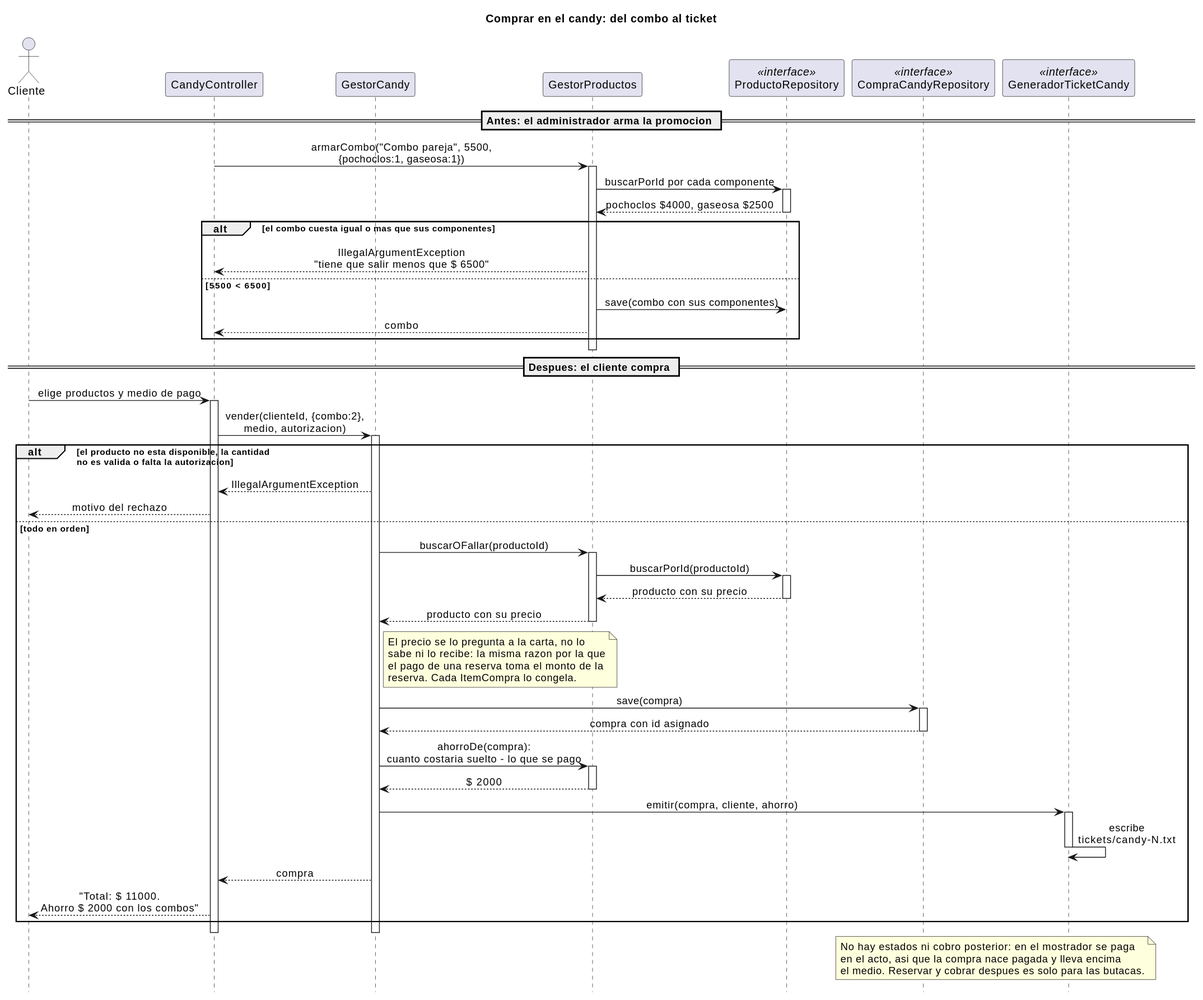
andreiveisuade/cine-uade keeps this PlantUML diagram as _other/docs/diagramas/secuencia-candy.svg. Above is the earlier version.
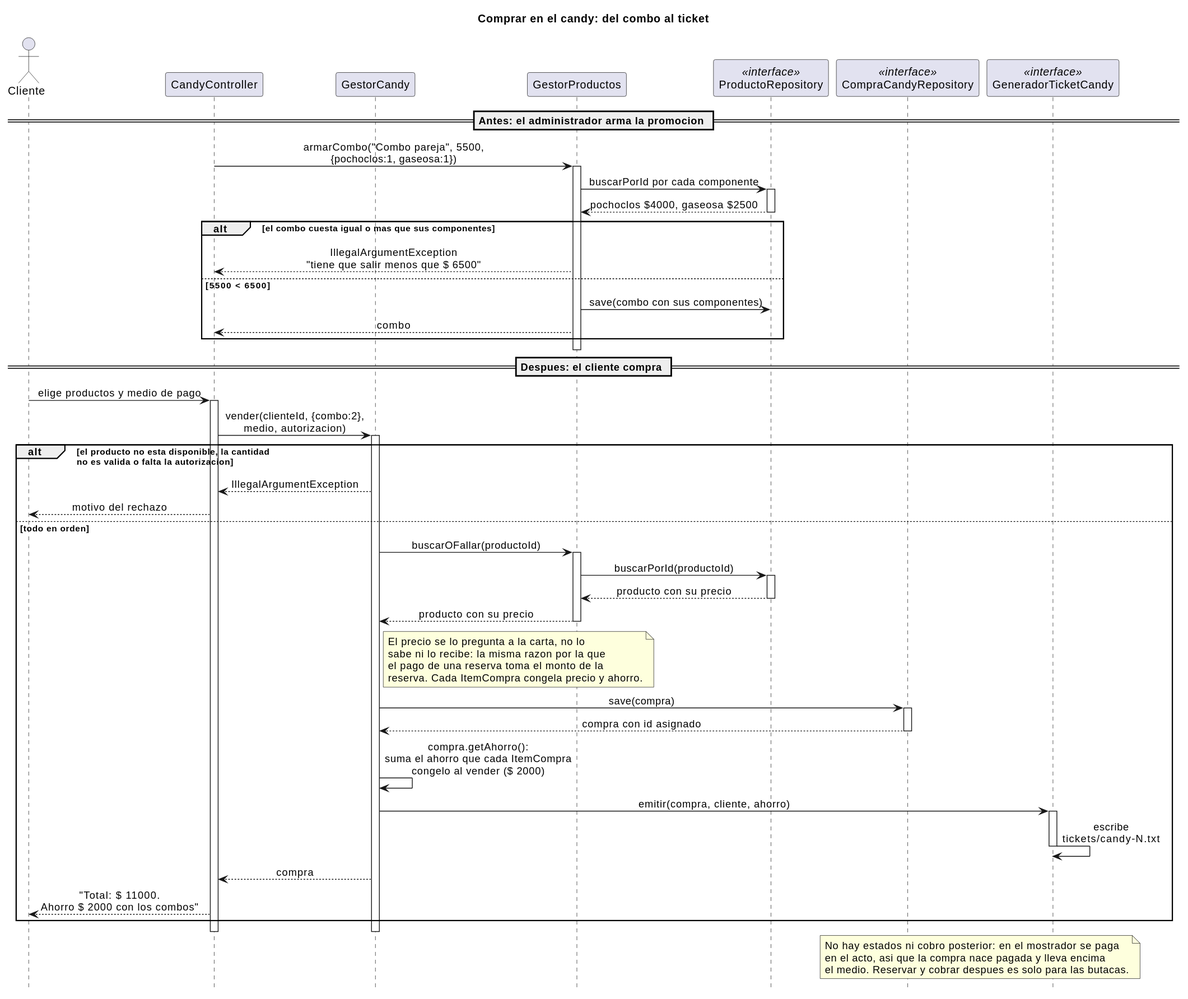
Later version of the same file.

The edit, as a diff of the source:
```diff
@@ -53,7 +53,7 @@
     El precio se lo pregunta a la carta, no lo
     sabe ni lo recibe: la misma razon por la que
     el pago de una reserva toma el monto de la
-    reserva. Cada ItemCompra lo congela.
+    reserva. Cada ItemCompra congela precio y ahorro.
   end note
 
   Gestor -> Repo : save(compra)
@@ -61,10 +61,7 @@
   Repo --> Gestor : compra con id asignado
   deactivate Repo
 
-  Gestor -> Carta : ahorroDe(compra):\ncuanto costaria suelto - lo que se pago
-  activate Carta
-  Carta --> Gestor : $ 2000
-  deactivate Carta
+  Gestor -> Gestor : compra.getAhorro():\nsuma el ahorro que cada ItemCompra\ncongelo al vender ($ 2000)
   Gestor -> Ticket : emitir(compra, cliente, ahorro)
   activate Ticket
   Ticket -> Ticket : escribe\ntickets/candy-N.txt
```
